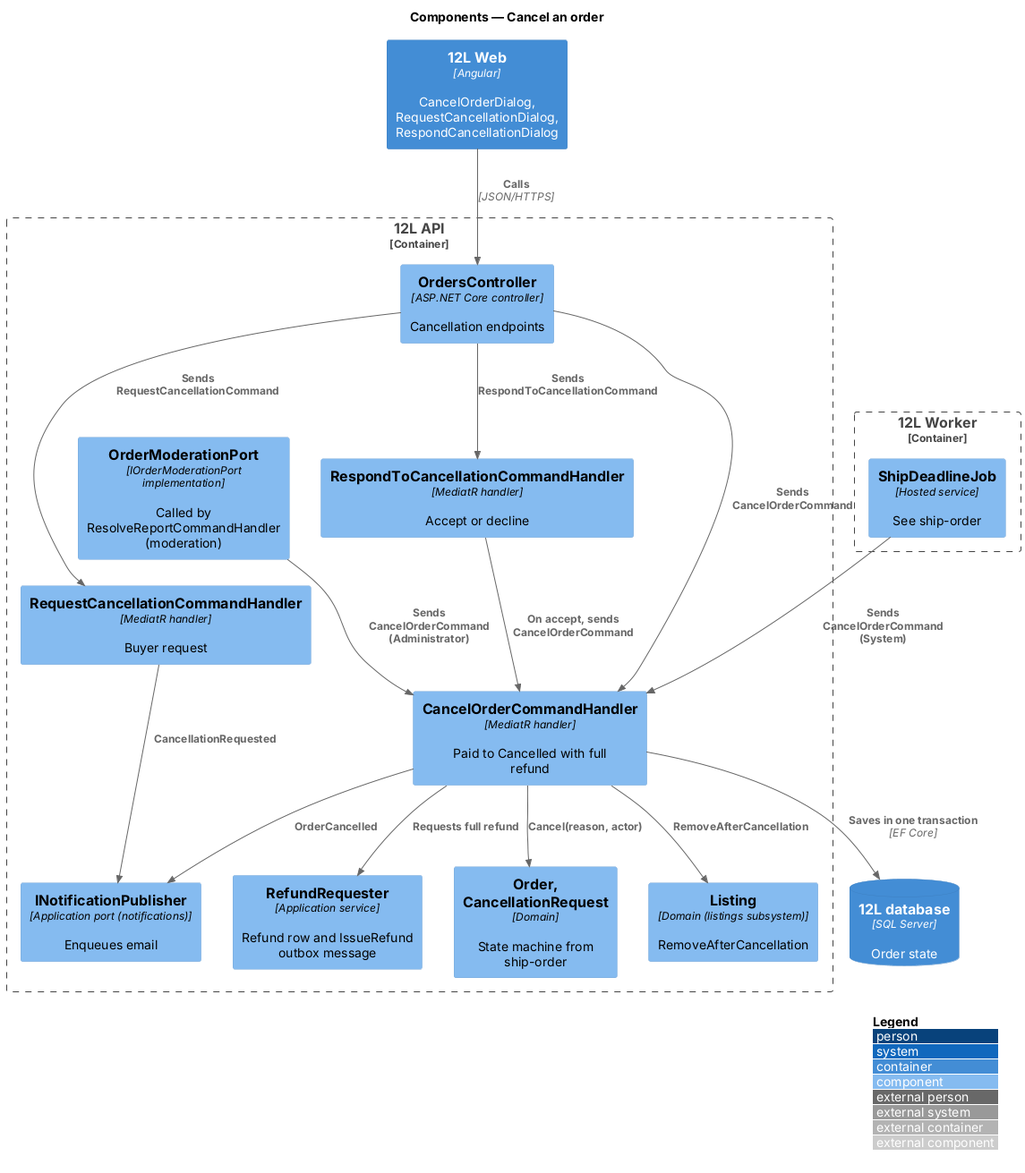
Above: docs/detailed-designs/orders/cancel-order/diagrams/c4-component.png in QuinntyneBrown/12l (PlantUML), before the change.
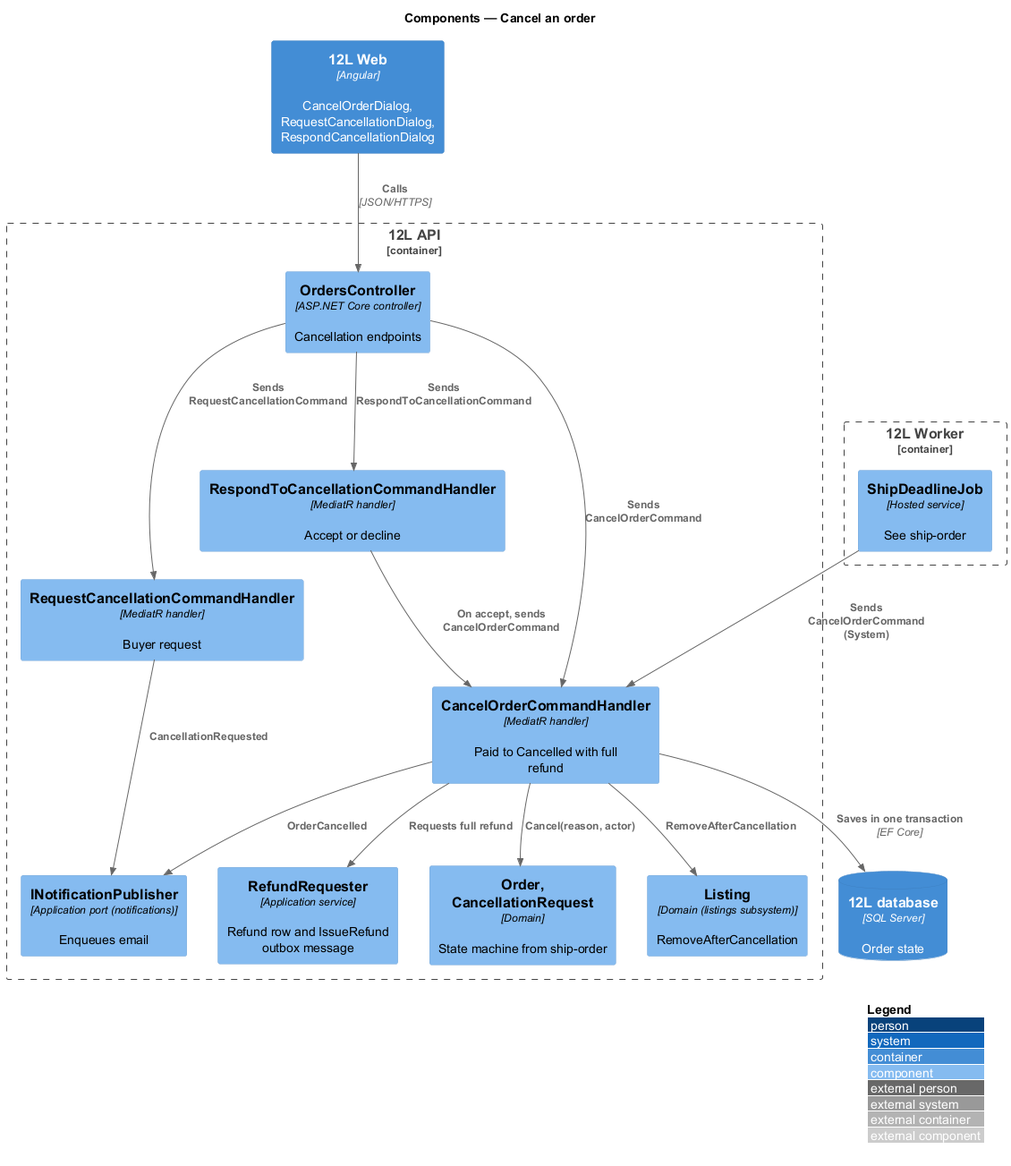
Later version of the same file.

What changed in the source:
```diff
@@ -6,7 +6,6 @@
 Container(web, "12L Web", "Angular", "CancelOrderDialog, RequestCancellationDialog, RespondCancellationDialog")
 Container_Boundary(api, "12L API") {
   Component(ctrl, "OrdersController", "ASP.NET Core controller", "Cancellation endpoints")
-  Component(port, "OrderModerationPort", "IOrderModerationPort implementation", "Called by ResolveReportCommandHandler (moderation)")
   Component(cancel, "CancelOrderCommandHandler", "MediatR handler", "Paid to Cancelled with full refund")
   Component(req, "RequestCancellationCommandHandler", "MediatR handler", "Buyer request")
   Component(resp, "RespondToCancellationCommandHandler", "MediatR handler", "Accept or decline")
@@ -24,7 +23,6 @@
 Rel(ctrl, req, "Sends RequestCancellationCommand")
 Rel(ctrl, resp, "Sends RespondToCancellationCommand")
 Rel(resp, cancel, "On accept, sends CancelOrderCommand")
-Rel(port, cancel, "Sends CancelOrderCommand (Administrator)")
 Rel(dl, cancel, "Sends CancelOrderCommand (System)")
 Rel(cancel, order, "Cancel(reason, actor)")
 Rel(cancel, listing, "RemoveAfterCancellation")
```
